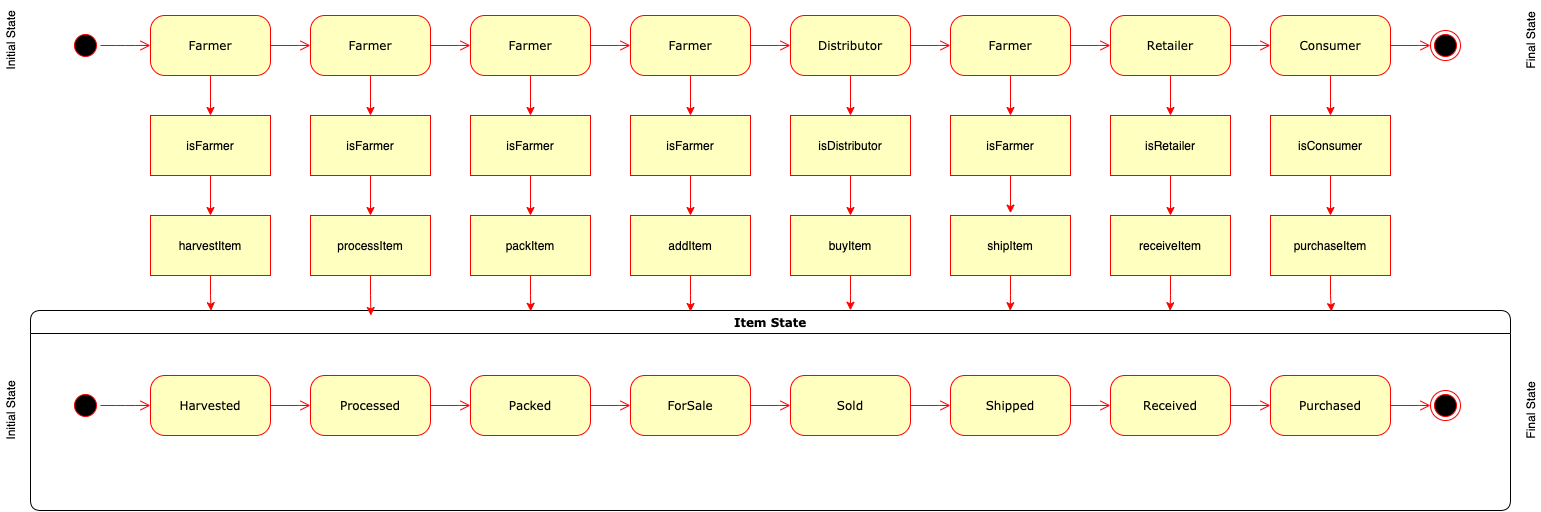
Above: images/State.drawio.png in strengthandwill/nd1309-Project-6b (draw.io), before the change. Source tidied: cells renumbered, new cells last; positions are measured from the earlier drawing's top-left corner, leaving out a move shared by most shapes.
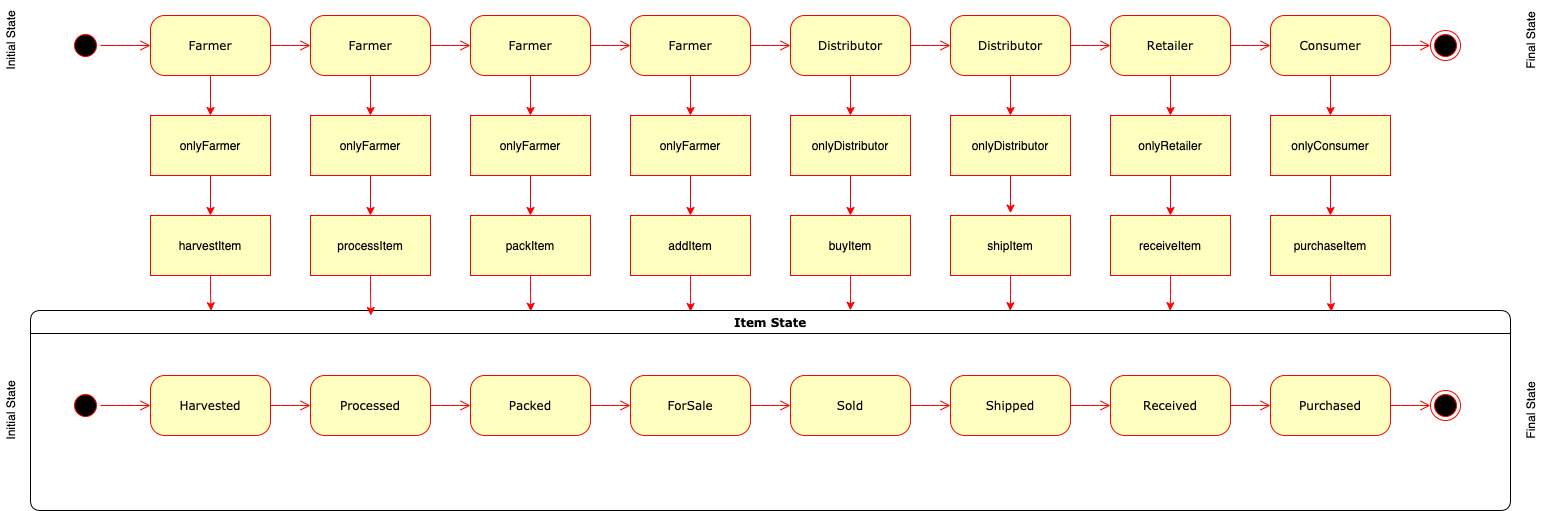
The same diagram one commit later.

Change to the diagram source:
```diff
@@ -116,7 +116,7 @@
     <mxCell id="37" style="edgeStyle=orthogonalEdgeStyle;rounded=0;jettySize=auto;html=1;entryX=0.5;entryY=0;entryDx=0;entryDy=0;strokeColor=#FF0000;" parent="1" edge="1" source="38" target="76">
       <mxGeometry relative="1" as="geometry" />
     </mxCell>
-    <mxCell id="38" value="Farmer" style="rounded=1;whiteSpace=wrap;html=1;arcSize=24;fillColor=#ffffc0;strokeColor=#ff0000;shadow=0;comic=0;labelBackgroundColor=none;fontFamily=Verdana;fontSize=12;fontColor=#000000;align=center;" parent="1" vertex="1">
+    <mxCell id="38" value="Distributor" style="rounded=1;whiteSpace=wrap;html=1;arcSize=24;fillColor=#ffffc0;strokeColor=#ff0000;shadow=0;comic=0;labelBackgroundColor=none;fontFamily=Verdana;fontSize=12;fontColor=#000000;align=center;" parent="1" vertex="1">
       <mxGeometry x="980" width="120" height="60" as="geometry" />
     </mxCell>
     <mxCell id="39" style="edgeStyle=orthogonalEdgeStyle;rounded=0;jettySize=auto;html=1;entryX=0.5;entryY=0;entryDx=0;entryDy=0;strokeColor=#FF0000;" parent="1" edge="1" source="40" target="78">
@@ -206,49 +206,49 @@
     <mxCell id="65" style="edgeStyle=orthogonalEdgeStyle;rounded=0;jettySize=auto;html=1;entryX=0.5;entryY=0;entryDx=0;entryDy=0;strokeColor=#FF0000;" parent="1" edge="1" source="66" target="50">
       <mxGeometry relative="1" as="geometry" />
     </mxCell>
-    <mxCell id="66" value="isFarmer" style="rounded=0;whiteSpace=wrap;html=1;fillColor=#FFFFC0;strokeColor=#FF0000;" parent="1" vertex="1">
+    <mxCell id="66" value="onlyFarmer" style="rounded=0;whiteSpace=wrap;html=1;fillColor=#FFFFC0;strokeColor=#FF0000;" parent="1" vertex="1">
       <mxGeometry x="180" y="100" width="120" height="60" as="geometry" />
     </mxCell>
     <mxCell id="67" style="edgeStyle=orthogonalEdgeStyle;rounded=0;jettySize=auto;html=1;entryX=0.5;entryY=0;entryDx=0;entryDy=0;strokeColor=#FF0000;" parent="1" edge="1" source="68" target="52">
       <mxGeometry relative="1" as="geometry" />
     </mxCell>
-    <mxCell id="68" value="isFarmer" style="rounded=0;whiteSpace=wrap;html=1;fillColor=#FFFFC0;strokeColor=#FF0000;" parent="1" vertex="1">
+    <mxCell id="68" value="onlyFarmer" style="rounded=0;whiteSpace=wrap;html=1;fillColor=#FFFFC0;strokeColor=#FF0000;" parent="1" vertex="1">
       <mxGeometry x="340" y="100" width="120" height="60" as="geometry" />
     </mxCell>
     <mxCell id="69" style="edgeStyle=orthogonalEdgeStyle;rounded=0;jettySize=auto;html=1;entryX=0.5;entryY=0;entryDx=0;entryDy=0;strokeColor=#FF0000;" parent="1" edge="1" source="70" target="54">
       <mxGeometry relative="1" as="geometry" />
     </mxCell>
-    <mxCell id="70" value="isFarmer" style="rounded=0;whiteSpace=wrap;html=1;fillColor=#FFFFC0;strokeColor=#FF0000;" parent="1" vertex="1">
+    <mxCell id="70" value="onlyFarmer" style="rounded=0;whiteSpace=wrap;html=1;fillColor=#FFFFC0;strokeColor=#FF0000;" parent="1" vertex="1">
       <mxGeometry x="500" y="100" width="120" height="60" as="geometry" />
     </mxCell>
     <mxCell id="71" style="edgeStyle=orthogonalEdgeStyle;rounded=0;jettySize=auto;html=1;entryX=0.5;entryY=0;entryDx=0;entryDy=0;strokeColor=#FF0000;" parent="1" edge="1" source="72" target="56">
       <mxGeometry relative="1" as="geometry" />
     </mxCell>
-    <mxCell id="72" value="isFarmer" style="rounded=0;whiteSpace=wrap;html=1;fillColor=#FFFFC0;strokeColor=#FF0000;" parent="1" vertex="1">
+    <mxCell id="72" value="onlyFarmer" style="rounded=0;whiteSpace=wrap;html=1;fillColor=#FFFFC0;strokeColor=#FF0000;" parent="1" vertex="1">
       <mxGeometry x="660" y="100" width="120" height="60" as="geometry" />
     </mxCell>
     <mxCell id="73" style="edgeStyle=orthogonalEdgeStyle;rounded=0;jettySize=auto;html=1;entryX=0.5;entryY=0;entryDx=0;entryDy=0;strokeColor=#FF0000;" parent="1" edge="1" source="74" target="58">
       <mxGeometry relative="1" as="geometry" />
     </mxCell>
-    <mxCell id="74" value="isDistributor" style="rounded=0;whiteSpace=wrap;html=1;fillColor=#FFFFC0;strokeColor=#FF0000;" parent="1" vertex="1">
+    <mxCell id="74" value="onlyDistributor" style="rounded=0;whiteSpace=wrap;html=1;fillColor=#FFFFC0;strokeColor=#FF0000;" parent="1" vertex="1">
       <mxGeometry x="820" y="100" width="120" height="60" as="geometry" />
     </mxCell>
     <mxCell id="75" style="edgeStyle=orthogonalEdgeStyle;rounded=0;jettySize=auto;html=1;entryX=0.5;entryY=-0.039;entryDx=0;entryDy=0;entryPerimeter=0;strokeColor=#FF0000;" parent="1" edge="1" source="76" target="60">
       <mxGeometry relative="1" as="geometry" />
     </mxCell>
-    <mxCell id="76" value="isFarmer" style="rounded=0;whiteSpace=wrap;html=1;fillColor=#FFFFC0;strokeColor=#FF0000;" parent="1" vertex="1">
+    <mxCell id="76" value="onlyDistributor" style="rounded=0;whiteSpace=wrap;html=1;fillColor=#FFFFC0;strokeColor=#FF0000;" parent="1" vertex="1">
       <mxGeometry x="980" y="100" width="120" height="60" as="geometry" />
     </mxCell>
     <mxCell id="77" style="edgeStyle=orthogonalEdgeStyle;rounded=0;jettySize=auto;html=1;entryX=0.5;entryY=0;entryDx=0;entryDy=0;strokeColor=#FF0000;" parent="1" edge="1" source="78" target="62">
       <mxGeometry relative="1" as="geometry" />
     </mxCell>
-    <mxCell id="78" value="isRetailer" style="rounded=0;whiteSpace=wrap;html=1;fillColor=#FFFFC0;strokeColor=#FF0000;" parent="1" vertex="1">
+    <mxCell id="78" value="onlyRetailer" style="rounded=0;whiteSpace=wrap;html=1;fillColor=#FFFFC0;strokeColor=#FF0000;" parent="1" vertex="1">
       <mxGeometry x="1140" y="100" width="120" height="60" as="geometry" />
     </mxCell>
     <mxCell id="79" style="edgeStyle=orthogonalEdgeStyle;rounded=0;jettySize=auto;html=1;entryX=0.5;entryY=0;entryDx=0;entryDy=0;strokeColor=#FF0000;" parent="1" edge="1" source="80" target="64">
       <mxGeometry relative="1" as="geometry" />
     </mxCell>
-    <mxCell id="80" value="isConsumer" style="rounded=0;whiteSpace=wrap;html=1;fillColor=#FFFFC0;strokeColor=#FF0000;" parent="1" vertex="1">
+    <mxCell id="80" value="onlyConsumer" style="rounded=0;whiteSpace=wrap;html=1;fillColor=#FFFFC0;strokeColor=#FF0000;" parent="1" vertex="1">
       <mxGeometry x="1300" y="100" width="120" height="60" as="geometry" />
     </mxCell>
     <mxCell id="81" value="Initial State" style="text;html=1;strokeColor=none;fillColor=none;align=center;verticalAlign=middle;whiteSpace=wrap;rounded=0;rotation=-90;" parent="1" vertex="1">
```
